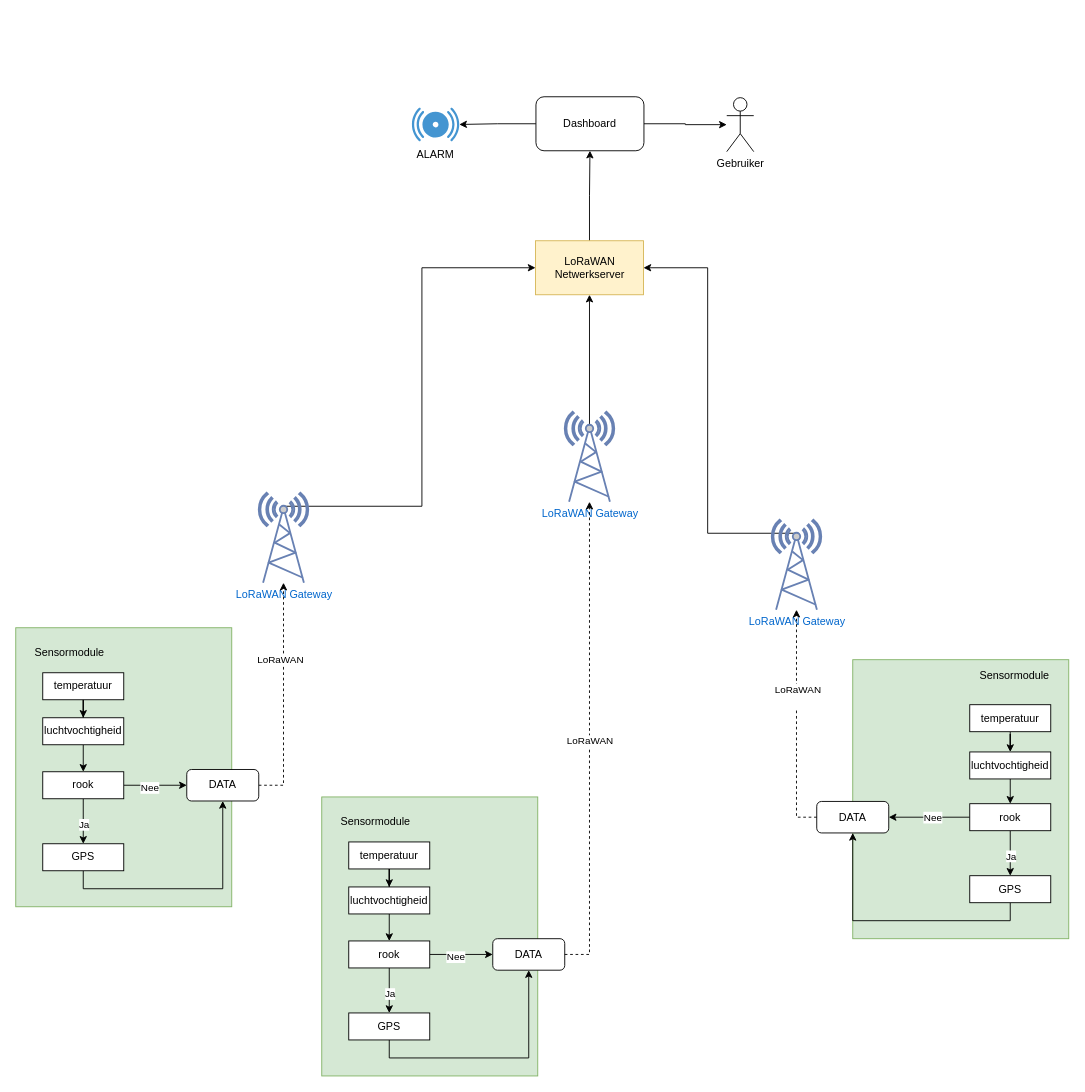
Before: Untitled Diagram.drawio in CruZxPog/School-werk, a draw.io diagram. Source tidied: cells renumbered, new cells numbered last; positions are measured from the earlier drawing's top-left corner, leaving out a move shared by most shapes. Both pictures are drawn from the tidied source at 90%, with x=0, y=0 at pixel (15, 96).
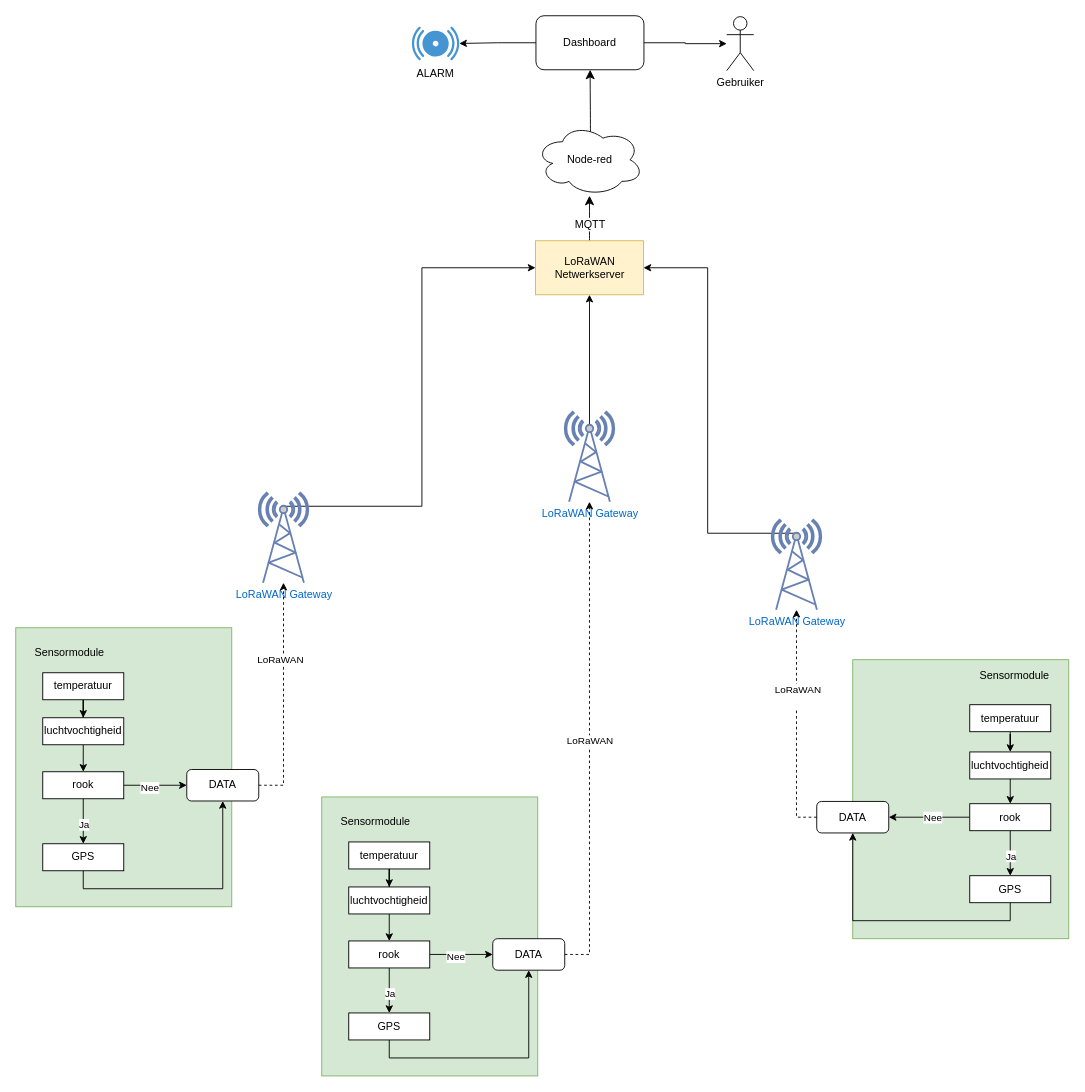
Above is the later version.

Unchanged cells that the change refers to:
```xml
<mxCell id="10" value="LoRaWAN Netwerkserver" style="rounded=0;whiteSpace=wrap;html=1;fillColor=#fff2cc;strokeColor=#d6b656;" parent="1" vertex="1">
  <mxGeometry x="577.5" y="160" width="120" height="60" as="geometry" />
</mxCell>
```

Diff of the diagram source:
```diff
@@
-    <mxCell id="9" style="edgeStyle=orthogonalEdgeStyle;rounded=0;jettySize=auto;html=1;exitX=0.5;exitY=0;exitDx=0;exitDy=0;entryX=0.5;entryY=1;entryDx=0;entryDy=0;" parent="1" edge="1" source="10" target="13">
-      <mxGeometry relative="1" as="geometry" />
-    </mxCell>
+    <mxCell id="62" style="edgeStyle=none;curved=1;rounded=0;jettySize=auto;html=1;fontSize=12;startSize=8;endSize=8;" parent="1" edge="1" source="10" target="65">
+      <mxGeometry relative="1" as="geometry" />
+    </mxCell>
+    <mxCell id="63" value="MQTT" style="edgeLabel;html=1;align=center;verticalAlign=middle;fontSize=12;" parent="62" vertex="1">
+      <mxGeometry x="-0.23" y="1" relative="1" as="geometry">
+        <mxPoint x="1" as="offset" />
+      </mxGeometry>
+    </mxCell>
@@
     <mxCell id="13" value="Dashboard" style="rounded=1;whiteSpace=wrap;html=1;" parent="1" vertex="1">
-      <mxGeometry x="578" width="120" height="60" as="geometry" />
+      <mxGeometry x="578" y="-90" width="120" height="60" as="geometry" />
     </mxCell>
     <mxCell id="14" value="ALARM" style="shadow=0;dashed=0;html=1;strokeColor=none;fillColor=#4495D1;labelPosition=center;verticalLabelPosition=bottom;verticalAlign=top;align=center;outlineConnect=0;shape=mxgraph.veeam.2d.alarm;" parent="1" vertex="1">
-      <mxGeometry x="440" y="12" width="52.8" height="37.6" as="geometry" />
+      <mxGeometry x="440" y="-78" width="52.8" height="37.6" as="geometry" />
     </mxCell>
     <mxCell id="15" value="Gebruiker" style="shape=umlActor;verticalLabelPosition=bottom;verticalAlign=top;html=1;outlineConnect=0;" parent="1" vertex="1">
-      <mxGeometry x="790" y="1" width="30" height="60" as="geometry" />
+      <mxGeometry x="790" y="-89" width="30" height="60" as="geometry" />
     </mxCell>
@@
+    <mxCell id="64" style="edgeStyle=none;curved=1;rounded=0;jettySize=auto;html=1;fontSize=12;startSize=8;endSize=8;exitX=0.509;exitY=0.118;exitDx=0;exitDy=0;exitPerimeter=0;" parent="1" edge="1" source="65" target="13">
+      <mxGeometry relative="1" as="geometry" />
+    </mxCell>
+    <mxCell id="65" value="Node-red" style="ellipse;shape=cloud;whiteSpace=wrap;html=1;" parent="1" vertex="1">
+      <mxGeometry x="577.5" y="30" width="120" height="80" as="geometry" />
+    </mxCell>
```
